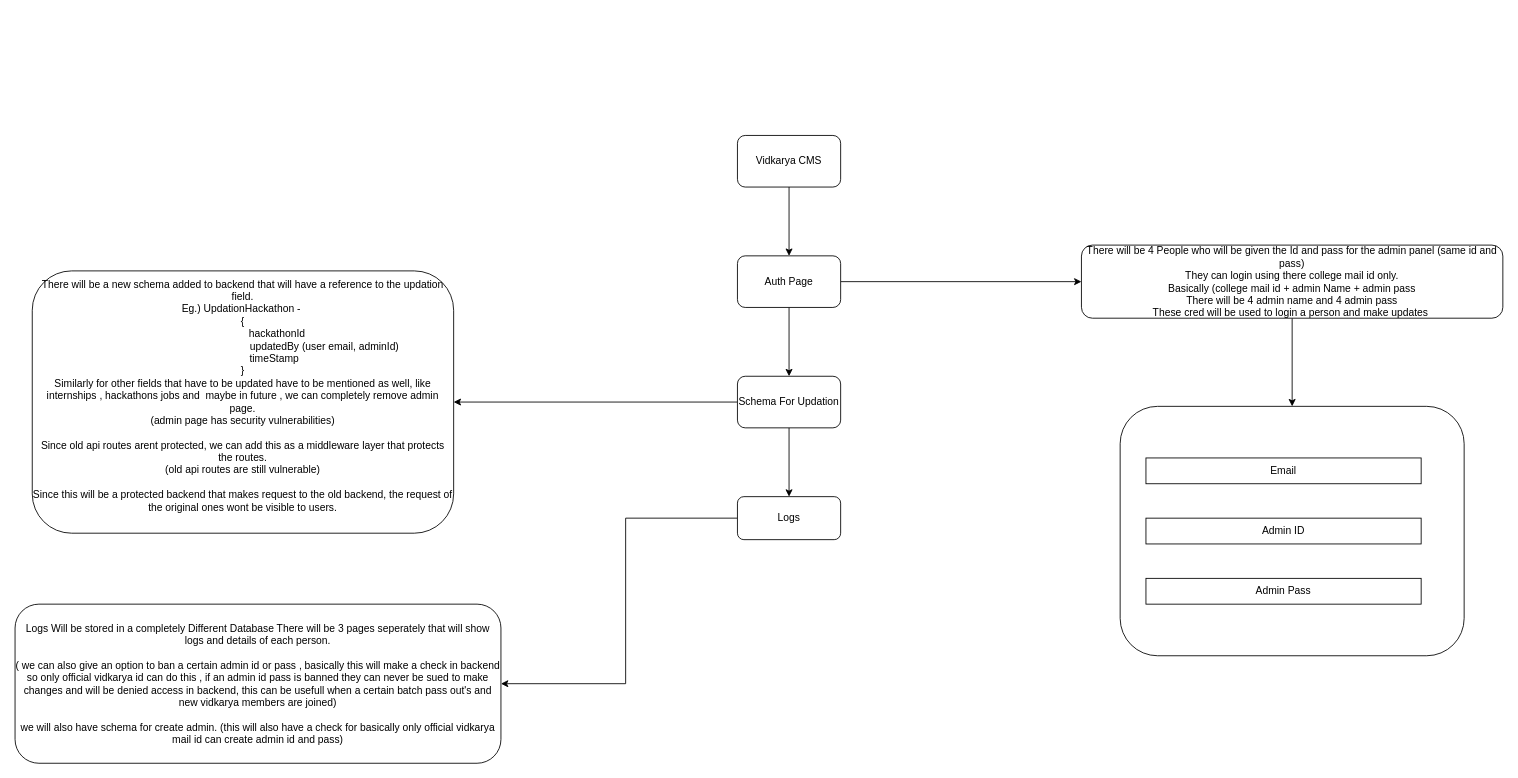
Earlier version of the draw.io diagram VidkaryaCMS.drawio (MishraShardendu22/Vidkarya). Source tidied: cells renumbered, new cells numbered last; positions are measured from the earlier drawing's top-left corner, leaving out a move shared by most shapes. Both pictures are drawn from the tidied source at 86%, with x=0, y=0 at pixel (15, 135).
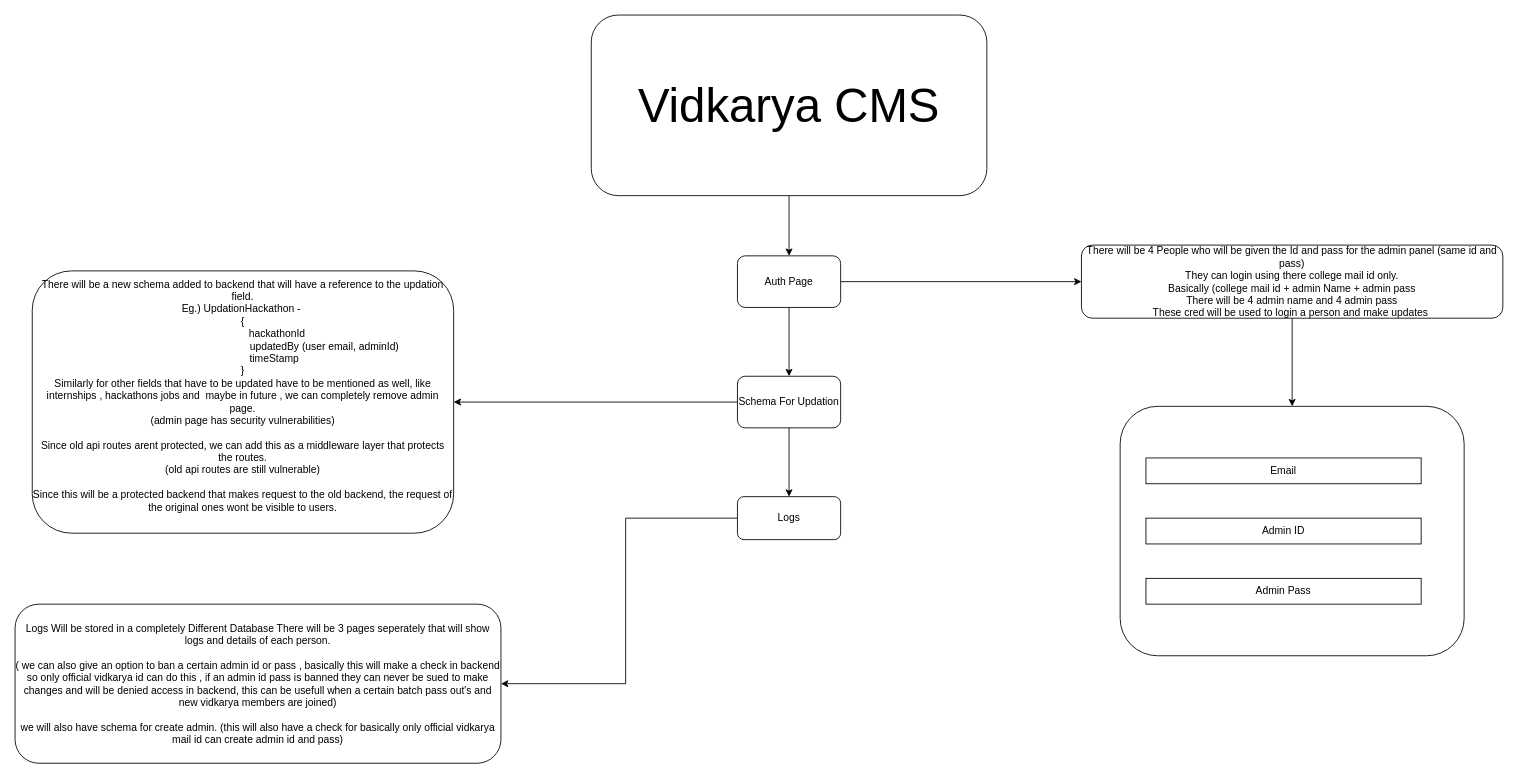
The same diagram, later.

Change to the diagram source:
```diff
@@
-    <mxCell id="3" value="Vidkarya CMS" style="rounded=1;whiteSpace=wrap;html=1;" parent="1" vertex="1">
-      <mxGeometry x="840" width="120" height="60" as="geometry" />
+    <mxCell id="3" value="&lt;font style=&quot;font-size: 55px;&quot;&gt;Vidkarya CMS&lt;/font&gt;" style="rounded=1;whiteSpace=wrap;html=1;" parent="1" vertex="1">
+      <mxGeometry x="670" y="-140" width="460" height="210" as="geometry" />
     </mxCell>
```
